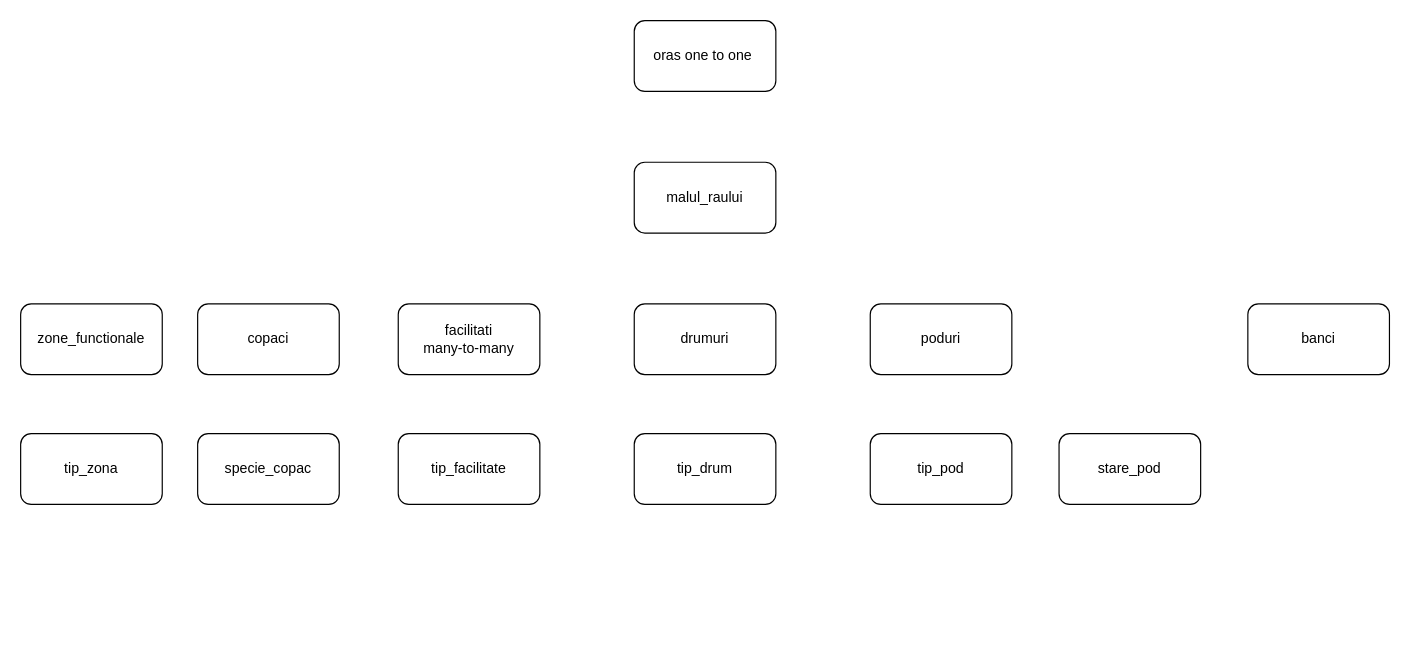
This is Abstract.drawio from 2203-tania/exam_semII, a draw.io file, before an edit. Source tidied: cells renumbered, new cells numbered last; positions are measured from the earlier drawing's top-left corner, leaving out a move shared by most shapes. Both pictures are drawn from the tidied source at 118%, with x=0, y=0 at pixel (20, 20).
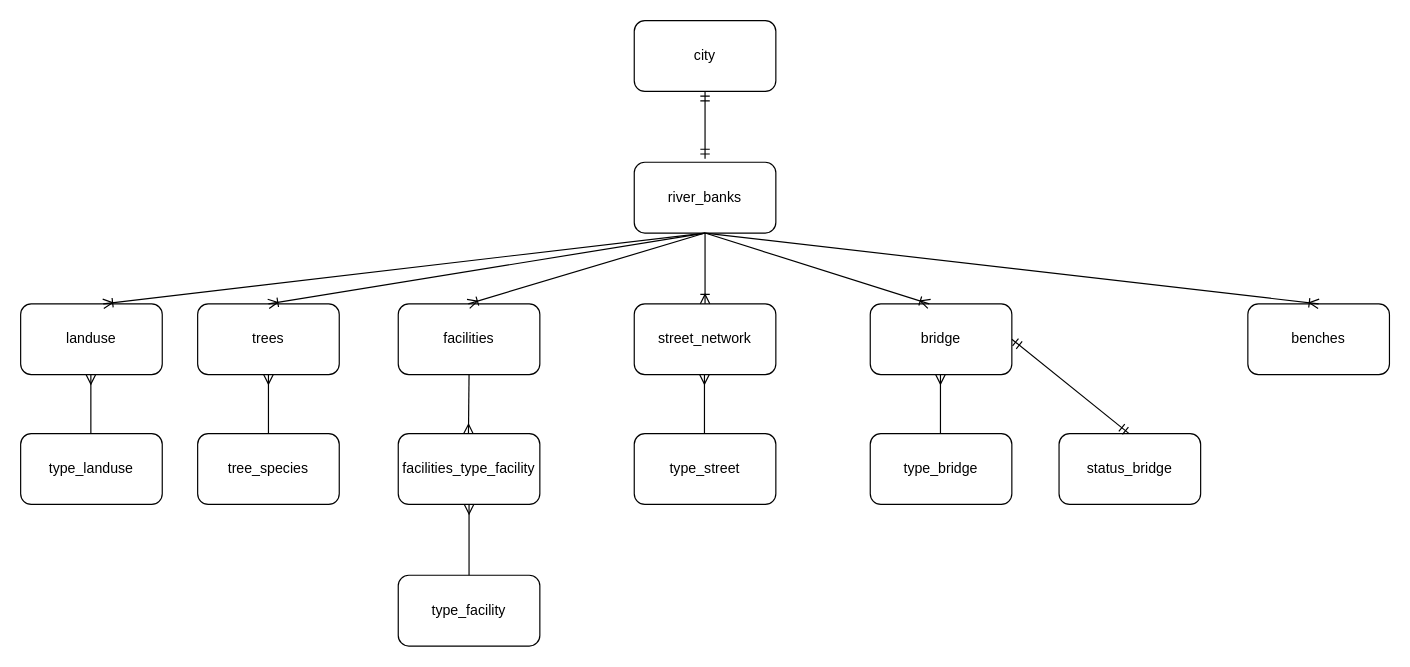
After the change.

Change to the diagram source:
```diff
@@
-    <mxCell id="2" value="oras one to one&amp;nbsp;" style="rounded=1;whiteSpace=wrap;html=1;" parent="1" vertex="1">
+    <mxCell id="2" value="city" style="rounded=1;whiteSpace=wrap;html=1;" parent="1" vertex="1">
       <mxGeometry x="520" width="120" height="60" as="geometry" />
     </mxCell>
-    <mxCell id="3" value="malul_raului" style="rounded=1;whiteSpace=wrap;html=1;" parent="1" vertex="1">
+    <mxCell id="3" value="river_banks" style="rounded=1;whiteSpace=wrap;html=1;" parent="1" vertex="1">
       <mxGeometry x="520" y="120" width="120" height="60" as="geometry" />
     </mxCell>
-    <mxCell id="4" value="drumuri" style="rounded=1;whiteSpace=wrap;html=1;" parent="1" vertex="1">
+    <mxCell id="4" value="street_network" style="rounded=1;whiteSpace=wrap;html=1;" parent="1" vertex="1">
       <mxGeometry x="520" y="240" width="120" height="60" as="geometry" />
     </mxCell>
-    <mxCell id="5" value="tip_drum" style="rounded=1;whiteSpace=wrap;html=1;" parent="1" vertex="1">
+    <mxCell id="5" value="type_street" style="rounded=1;whiteSpace=wrap;html=1;" parent="1" vertex="1">
       <mxGeometry x="520" y="350" width="120" height="60" as="geometry" />
     </mxCell>
-    <mxCell id="6" value="poduri" style="rounded=1;whiteSpace=wrap;html=1;" parent="1" vertex="1">
+    <mxCell id="6" value="bridge" style="rounded=1;whiteSpace=wrap;html=1;" parent="1" vertex="1">
       <mxGeometry x="720" y="240" width="120" height="60" as="geometry" />
     </mxCell>
-    <mxCell id="7" value="tip_pod" style="rounded=1;whiteSpace=wrap;html=1;" parent="1" vertex="1">
+    <mxCell id="7" value="type_bridge" style="rounded=1;whiteSpace=wrap;html=1;" parent="1" vertex="1">
       <mxGeometry x="720" y="350" width="120" height="60" as="geometry" />
     </mxCell>
-    <mxCell id="8" value="facilitati&lt;div&gt;many-to-many&lt;/div&gt;" style="rounded=1;whiteSpace=wrap;html=1;" parent="1" vertex="1">
+    <mxCell id="8" value="facilities" style="rounded=1;whiteSpace=wrap;html=1;" parent="1" vertex="1">
       <mxGeometry x="320" y="240" width="120" height="60" as="geometry" />
     </mxCell>
-    <mxCell id="9" value="tip_facilitate" style="rounded=1;whiteSpace=wrap;html=1;" parent="1" vertex="1">
-      <mxGeometry x="320" y="350" width="120" height="60" as="geometry" />
+    <mxCell id="9" value="type_facility" style="rounded=1;whiteSpace=wrap;html=1;" parent="1" vertex="1">
+      <mxGeometry x="320" y="470" width="120" height="60" as="geometry" />
     </mxCell>
-    <mxCell id="10" value="copaci" style="rounded=1;whiteSpace=wrap;html=1;" parent="1" vertex="1">
+    <mxCell id="10" value="trees" style="rounded=1;whiteSpace=wrap;html=1;" parent="1" vertex="1">
       <mxGeometry x="150" y="240" width="120" height="60" as="geometry" />
     </mxCell>
-    <mxCell id="11" value="specie_copac" style="rounded=1;whiteSpace=wrap;html=1;" parent="1" vertex="1">
+    <mxCell id="11" value="tree_species" style="rounded=1;whiteSpace=wrap;html=1;" parent="1" vertex="1">
       <mxGeometry x="150" y="350" width="120" height="60" as="geometry" />
     </mxCell>
-    <mxCell id="12" value="stare_pod" style="rounded=1;whiteSpace=wrap;html=1;" parent="1" vertex="1">
+    <mxCell id="12" value="status_bridge" style="rounded=1;whiteSpace=wrap;html=1;" parent="1" vertex="1">
       <mxGeometry x="880" y="350" width="120" height="60" as="geometry" />
     </mxCell>
-    <mxCell id="13" value="zone_functionale" style="rounded=1;whiteSpace=wrap;html=1;" parent="1" vertex="1">
+    <mxCell id="13" value="landuse" style="rounded=1;whiteSpace=wrap;html=1;" parent="1" vertex="1">
       <mxGeometry y="240" width="120" height="60" as="geometry" />
     </mxCell>
-    <mxCell id="14" value="tip_zona" style="rounded=1;whiteSpace=wrap;html=1;" parent="1" vertex="1">
+    <mxCell id="14" value="type_landuse" style="rounded=1;whiteSpace=wrap;html=1;" parent="1" vertex="1">
       <mxGeometry y="350" width="120" height="60" as="geometry" />
     </mxCell>
-    <mxCell id="15" value="banci" style="rounded=1;whiteSpace=wrap;html=1;" parent="1" vertex="1">
+    <mxCell id="15" value="benches" style="rounded=1;whiteSpace=wrap;html=1;" parent="1" vertex="1">
       <mxGeometry x="1040" y="240" width="120" height="60" as="geometry" />
     </mxCell>
+    <mxCell id="16" style="fontSize=12;html=1;endArrow=ERmandOne;startArrow=ERmandOne;rounded=0;exitX=0.5;exitY=1;exitDx=0;exitDy=0;" parent="1" edge="1" source="2">
+      <mxGeometry relative="1" as="geometry">
+        <mxPoint x="580" y="117" as="targetPoint" />
+      </mxGeometry>
+    </mxCell>
+    <mxCell id="17" style="fontSize=12;html=1;endArrow=ERoneToMany;rounded=0;entryX=0.5;entryY=0;entryDx=0;entryDy=0;exitX=0.5;exitY=1;exitDx=0;exitDy=0;" parent="1" edge="1" source="3" target="4">
+      <mxGeometry relative="1" as="geometry" />
+    </mxCell>
+    <mxCell id="18" style="fontSize=12;html=1;endArrow=ERoneToMany;rounded=0;entryX=0.5;entryY=0;entryDx=0;entryDy=0;exitX=0.5;exitY=1;exitDx=0;exitDy=0;" parent="1" edge="1" source="3">
+      <mxGeometry relative="1" as="geometry">
+        <mxPoint x="379.4" y="240" as="targetPoint" />
+      </mxGeometry>
+    </mxCell>
+    <mxCell id="19" style="fontSize=12;html=1;endArrow=ERoneToMany;rounded=0;entryX=0.5;entryY=0;entryDx=0;entryDy=0;" parent="1" edge="1">
+      <mxGeometry relative="1" as="geometry">
+        <mxPoint x="580" y="180" as="sourcePoint" />
+        <mxPoint x="770" y="240" as="targetPoint" />
+      </mxGeometry>
+    </mxCell>
+    <mxCell id="20" style="fontSize=12;html=1;endArrow=ERoneToMany;rounded=0;entryX=0.5;entryY=0;entryDx=0;entryDy=0;" parent="1" edge="1" target="15">
+      <mxGeometry relative="1" as="geometry">
+        <mxPoint x="580" y="180" as="sourcePoint" />
+      </mxGeometry>
+    </mxCell>
+    <mxCell id="21" style="fontSize=12;html=1;endArrow=ERoneToMany;rounded=0;entryX=0.5;entryY=0;entryDx=0;entryDy=0;exitX=0.5;exitY=1;exitDx=0;exitDy=0;" parent="1" edge="1" source="3">
+      <mxGeometry relative="1" as="geometry">
+        <mxPoint x="210" y="240" as="targetPoint" />
+      </mxGeometry>
+    </mxCell>
+    <mxCell id="22" style="fontSize=12;html=1;endArrow=ERoneToMany;rounded=0;entryX=0.5;entryY=0;entryDx=0;entryDy=0;" parent="1" edge="1">
+      <mxGeometry relative="1" as="geometry">
+        <mxPoint x="580" y="180" as="sourcePoint" />
+        <mxPoint x="70" y="240" as="targetPoint" />
+      </mxGeometry>
+    </mxCell>
+    <mxCell id="23" style="fontSize=12;html=1;endArrow=ERmany;rounded=0;entryX=0.5;entryY=1;entryDx=0;entryDy=0;" parent="1" edge="1" target="10">
+      <mxGeometry relative="1" as="geometry">
+        <mxPoint x="210" y="350" as="sourcePoint" />
+      </mxGeometry>
+    </mxCell>
+    <mxCell id="24" style="fontSize=12;html=1;endArrow=ERmany;rounded=0;entryX=0.5;entryY=1;entryDx=0;entryDy=0;" parent="1" edge="1">
+      <mxGeometry relative="1" as="geometry">
+        <mxPoint x="59.5" y="350" as="sourcePoint" />
+        <mxPoint x="59.5" y="300" as="targetPoint" />
+      </mxGeometry>
+    </mxCell>
+    <mxCell id="25" style="fontSize=12;html=1;endArrow=ERmany;rounded=0;entryX=0.5;entryY=1;entryDx=0;entryDy=0;" parent="1" edge="1">
+      <mxGeometry relative="1" as="geometry">
+        <mxPoint x="579.5" y="350" as="sourcePoint" />
+        <mxPoint x="579.5" y="300" as="targetPoint" />
+      </mxGeometry>
+    </mxCell>
+    <mxCell id="26" style="fontSize=12;html=1;endArrow=ERmany;rounded=0;entryX=0.5;entryY=1;entryDx=0;entryDy=0;" parent="1" edge="1">
+      <mxGeometry relative="1" as="geometry">
+        <mxPoint x="779.5" y="350" as="sourcePoint" />
+        <mxPoint x="779.5" y="300" as="targetPoint" />
+      </mxGeometry>
+    </mxCell>
+    <mxCell id="27" style="fontSize=12;html=1;endArrow=ERmandOne;startArrow=ERmandOne;rounded=0;exitX=1;exitY=0.5;exitDx=0;exitDy=0;" parent="1" edge="1" source="6">
+      <mxGeometry relative="1" as="geometry">
+        <mxPoint x="939.4" y="350" as="targetPoint" />
+      </mxGeometry>
+    </mxCell>
+    <mxCell id="28" value="facilities_type_facility" style="rounded=1;whiteSpace=wrap;html=1;" parent="1" vertex="1">
+      <mxGeometry x="320" y="350" width="120" height="60" as="geometry" />
+    </mxCell>
+    <mxCell id="29" style="fontSize=12;html=1;endArrow=ERmany;rounded=0;entryX=0.5;entryY=1;entryDx=0;entryDy=0;exitX=0.5;exitY=1;exitDx=0;exitDy=0;" parent="1" edge="1" source="8">
+      <mxGeometry relative="1" as="geometry">
+        <mxPoint x="379.5" y="350" as="targetPoint" />
+      </mxGeometry>
+    </mxCell>
+    <mxCell id="30" style="fontSize=12;html=1;endArrow=ERmany;rounded=0;entryX=0.5;entryY=1;entryDx=0;entryDy=0;exitX=0.5;exitY=1;exitDx=0;exitDy=0;" parent="1" edge="1" target="28">
+      <mxGeometry relative="1" as="geometry">
+        <mxPoint x="380" y="470" as="sourcePoint" />
+      </mxGeometry>
+    </mxCell>
```
